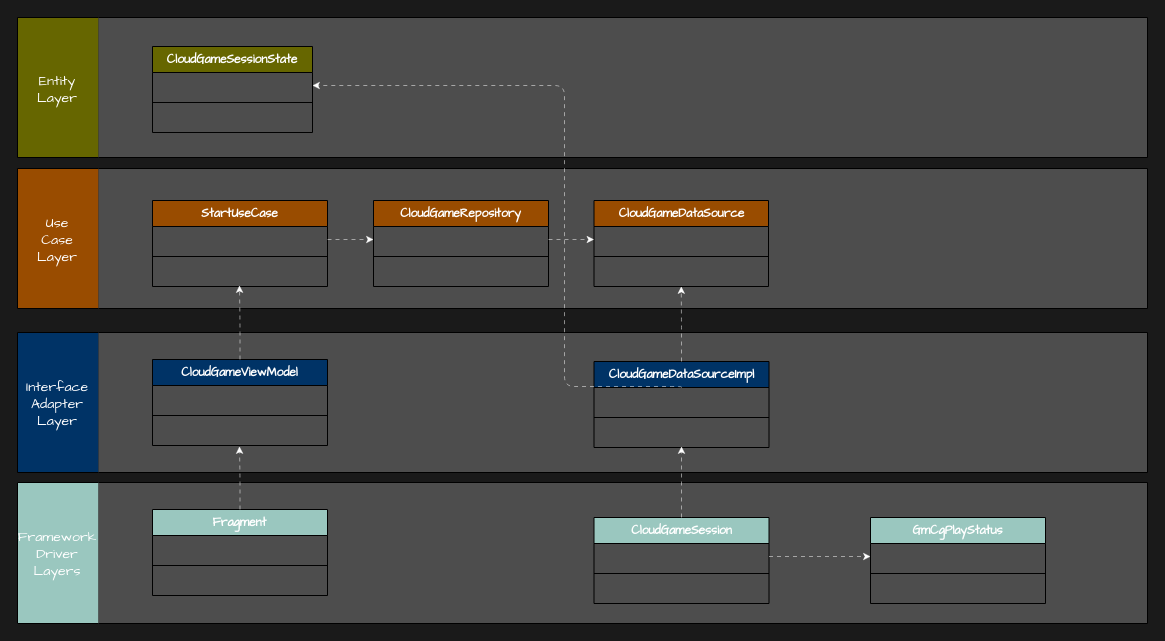
Above: 先锋App Clean Architecture.drawio in Eveninger/draw.io (draw.io), before the change. Source tidied: cells renumbered, new cells numbered last; positions are measured from the earlier drawing's top-left corner, leaving out a move shared by most shapes. Both pictures are drawn from the tidied source at 100%, with x=0, y=0 at pixel (17, 17).
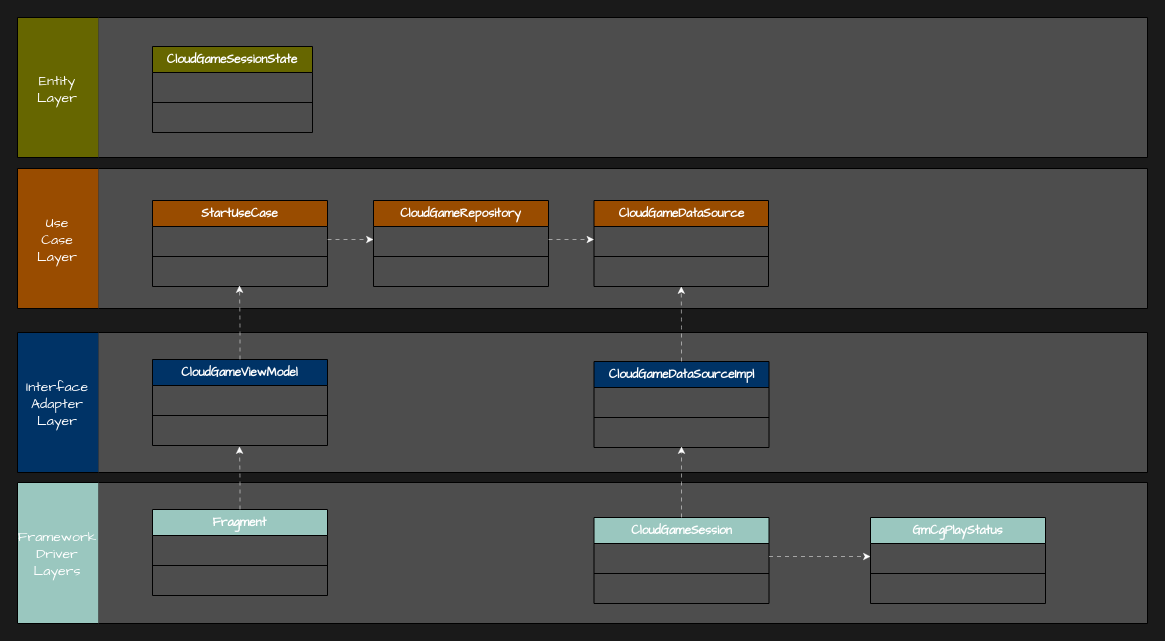
The same diagram, later.

Unchanged cells that the change refers to:
```xml
<mxCell id="24" value="&amp;nbsp;" style="text;strokeColor=none;fillColor=none;align=left;verticalAlign=top;spacingLeft=4;spacingRight=4;overflow=hidden;points=[[0,0.5],[1,0.5]];portConstraint=eastwest;whiteSpace=wrap;html=1;fontColor=#FFFFFF;fontFamily=Comic Sans MS;" parent="23" vertex="1">
  <mxGeometry y="26" width="175" height="26" as="geometry" />
</mxCell>
<mxCell id="46" value="&amp;nbsp;" style="text;strokeColor=none;fillColor=none;align=left;verticalAlign=top;spacingLeft=4;spacingRight=4;overflow=hidden;points=[[0,0.5],[1,0.5]];portConstraint=eastwest;whiteSpace=wrap;html=1;fontColor=#FFFFFF;fontFamily=Comic Sans MS;" parent="45" vertex="1">
  <mxGeometry y="26" width="160" height="26" as="geometry" />
</mxCell>
```

The edit, as a diff of the source:
```diff
@@
-    <mxCell id="49" style="edgeStyle=orthogonalEdgeStyle;jettySize=auto;html=1;dashed=1;strokeWidth=0.5;strokeColor=#FFFFFF;dashPattern=8 8;rounded=1;" parent="1" edge="1" source="24" target="46">
-      <mxGeometry relative="1" as="geometry">
-        <Array as="points">
-          <mxPoint x="547" y="369" />
-          <mxPoint x="547" y="68" />
-        </Array>
-      </mxGeometry>
-    </mxCell>
```
